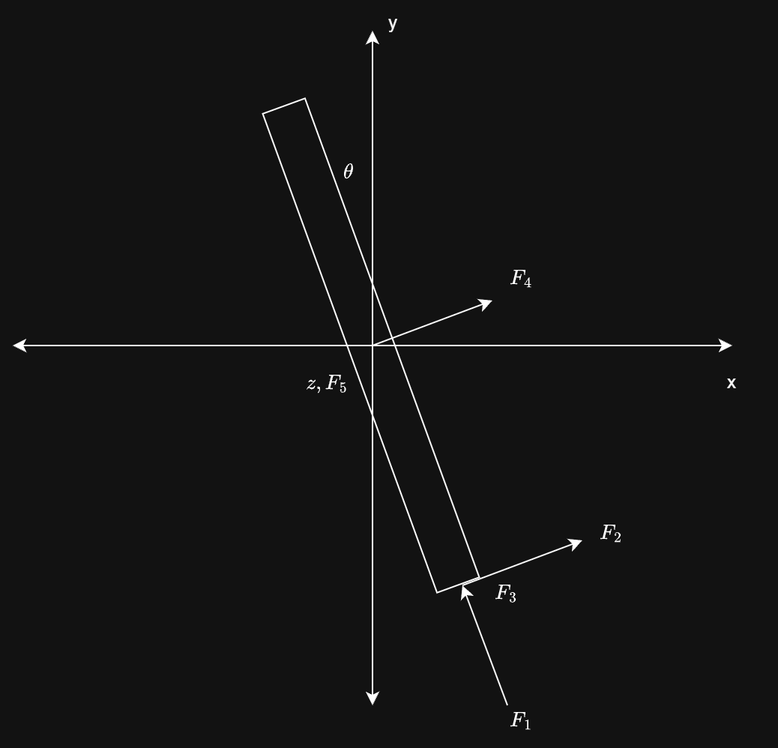
Above: image.png in samvrit/Controls-Projects (draw.io), before the change. Source tidied: cells renumbered, new cells last; positions are measured from the earlier drawing's top-left corner, leaving out a move shared by most shapes.
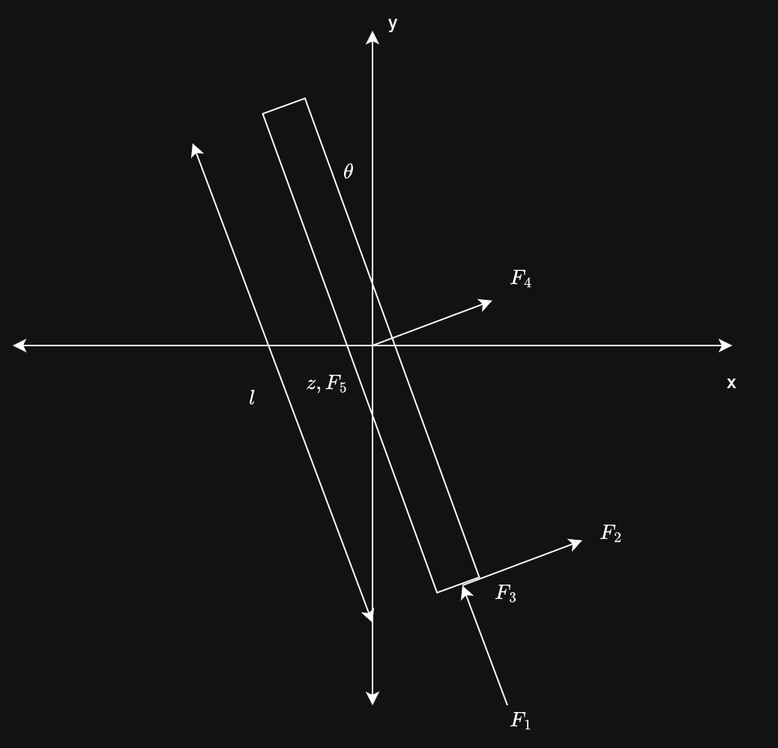
The same diagram one commit later.

Commit message:
Modify diagram and add more assumptions and explanations

Diff of the diagram source:
```diff
@@ -59,5 +59,14 @@
     <mxCell id="15" value="$$\theta$$" style="text;html=1;whiteSpace=wrap;strokeColor=none;fillColor=none;align=center;verticalAlign=middle;rounded=0;" parent="1" vertex="1">
       <mxGeometry x="194" y="100" width="60" height="30" as="geometry" />
     </mxCell>
+    <mxCell id="16" style="endArrow=classic;startArrow=classic;html=1;rounded=0;" parent="1" edge="1">
+      <mxGeometry relative="1" as="geometry">
+        <mxPoint x="240" y="415" as="sourcePoint" />
+        <mxPoint x="120" y="95" as="targetPoint" />
+      </mxGeometry>
+    </mxCell>
+    <mxCell id="17" value="$$l$$" style="text;html=1;whiteSpace=wrap;strokeColor=none;fillColor=none;align=center;verticalAlign=middle;rounded=0;" parent="1" vertex="1">
+      <mxGeometry x="130" y="250" width="60" height="30" as="geometry" />
+    </mxCell>
   </root>
 </mxGraphModel>
```
